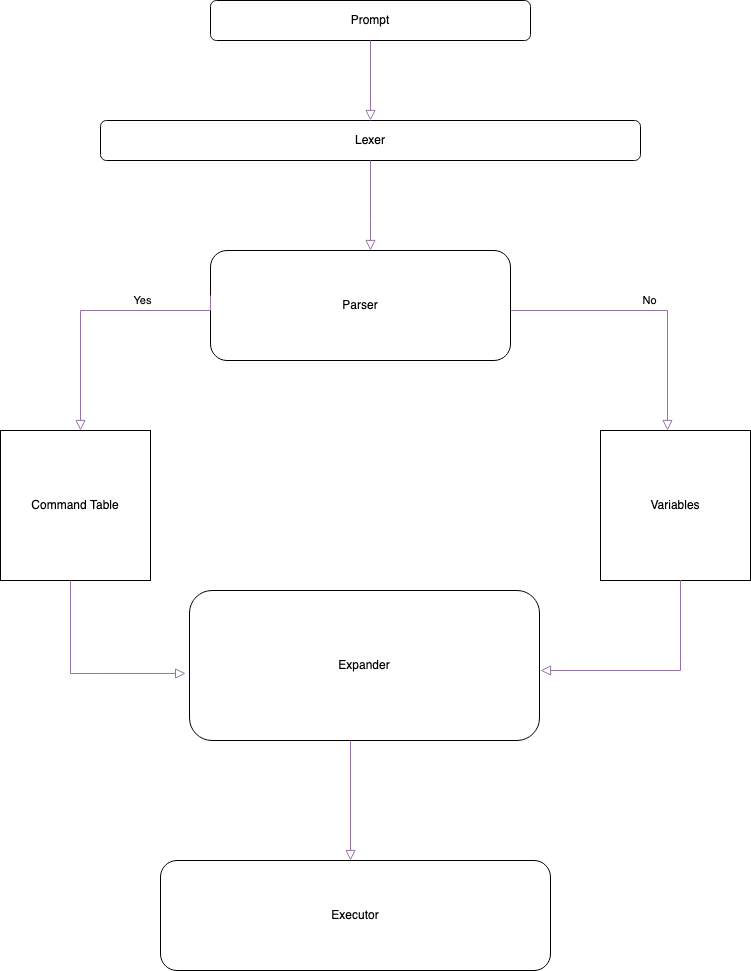
This is Diagramme Minishell.drawio.png from Davokadoh/Minishell, a draw.io export, as it was before one commit. Source tidied: cells renumbered, new cells last; positions are measured from the earlier drawing's top-left corner, leaving out a move shared by most shapes.
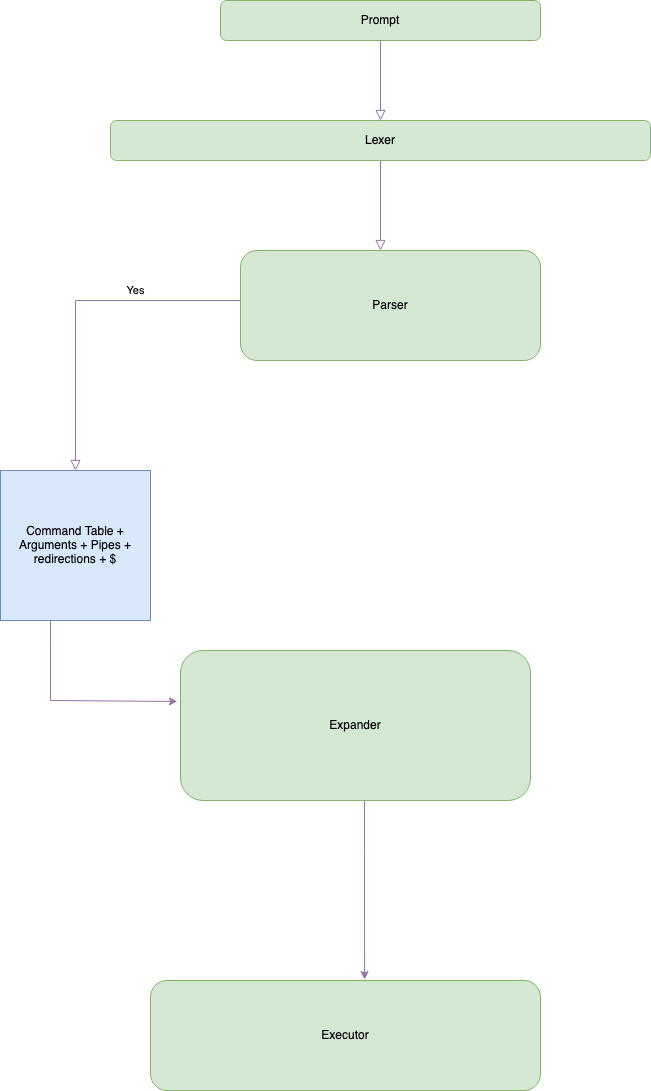
The same diagram one commit later.

Commit message:
Mettre à jour Diagramme Minishell.drawio.png

The edit, as a diff of the source:
```diff
@@ -11,70 +11,51 @@
         </Array>
       </mxGeometry>
     </mxCell>
-    <mxCell id="3" value="Lexer" style="rounded=1;whiteSpace=wrap;html=1;fontSize=12;glass=0;strokeWidth=1;shadow=0;" parent="1" vertex="1">
+    <mxCell id="3" value="Lexer" style="rounded=1;whiteSpace=wrap;html=1;fontSize=12;glass=0;strokeWidth=1;shadow=0;fillColor=#d5e8d4;strokeColor=#82b366;" parent="1" vertex="1">
       <mxGeometry x="100" y="120" width="540" height="40" as="geometry" />
     </mxCell>
-    <mxCell id="4" value="No" style="edgeStyle=orthogonalEdgeStyle;rounded=0;html=1;jettySize=auto;orthogonalLoop=1;fontSize=11;endArrow=block;endFill=0;endSize=8;strokeWidth=1;shadow=0;labelBackgroundColor=none;fillColor=#e1d5e7;strokeColor=#9673a6;" parent="1" edge="1">
-      <mxGeometry y="10" relative="1" as="geometry">
-        <mxPoint x="510" y="310" as="sourcePoint" />
-        <mxPoint x="667" y="430" as="targetPoint" />
-      </mxGeometry>
-    </mxCell>
-    <mxCell id="5" value="Prompt" style="rounded=1;whiteSpace=wrap;html=1;" parent="1" vertex="1">
+    <mxCell id="5" value="Prompt" style="rounded=1;whiteSpace=wrap;html=1;fillColor=#d5e8d4;strokeColor=#82b366;" parent="1" vertex="1">
       <mxGeometry x="210" width="320" height="40" as="geometry" />
     </mxCell>
-    <mxCell id="6" value="Parser" style="rounded=1;whiteSpace=wrap;html=1;" parent="1" vertex="1">
-      <mxGeometry x="210" y="250" width="300" height="110" as="geometry" />
+    <mxCell id="6" value="Parser" style="rounded=1;whiteSpace=wrap;html=1;fillColor=#d5e8d4;strokeColor=#82b366;" parent="1" vertex="1">
+      <mxGeometry x="230" y="250" width="300" height="110" as="geometry" />
     </mxCell>
-    <mxCell id="7" value="Yes" style="edgeStyle=orthogonalEdgeStyle;rounded=0;html=1;jettySize=auto;orthogonalLoop=1;fontSize=11;endArrow=block;endFill=0;endSize=8;strokeWidth=1;shadow=0;labelBackgroundColor=none;fillColor=#e1d5e7;strokeColor=#9673a6;" parent="1" edge="1">
+    <mxCell id="7" value="Yes" style="edgeStyle=orthogonalEdgeStyle;rounded=0;html=1;jettySize=auto;fontSize=11;endArrow=block;endFill=0;endSize=8;strokeWidth=1;shadow=0;labelBackgroundColor=none;fillColor=#e1d5e7;strokeColor=#9673a6;entryX=0.5;entryY=0;entryDx=0;entryDy=0;" parent="1" edge="1" target="9">
       <mxGeometry x="-0.38" y="-10" relative="1" as="geometry">
-        <mxPoint x="210" y="295" as="sourcePoint" />
-        <mxPoint x="80" y="430" as="targetPoint" />
+        <mxPoint x="230" y="300" as="sourcePoint" />
         <Array as="points">
-          <mxPoint x="210" y="295" />
-          <mxPoint x="210" y="310" />
-          <mxPoint x="80" y="310" />
+          <mxPoint x="65" y="300" />
         </Array>
       </mxGeometry>
     </mxCell>
     <mxCell id="8" style="rounded=0;html=1;jettySize=auto;fontSize=11;endArrow=block;endFill=0;endSize=8;strokeWidth=1;shadow=0;labelBackgroundColor=none;edgeStyle=orthogonalEdgeStyle;exitX=0.5;exitY=1;exitDx=0;exitDy=0;entryX=0.5;entryY=0;entryDx=0;entryDy=0;fillColor=#e1d5e7;strokeColor=#9673a6;" parent="1" edge="1" source="5" target="3">
       <mxGeometry relative="1" as="geometry" />
     </mxCell>
-    <mxCell id="9" value="Command Table" style="whiteSpace=wrap;html=1;" parent="1" vertex="1">
-      <mxGeometry y="430" width="150" height="150" as="geometry" />
+    <mxCell id="9" value="Command Table + Arguments + Pipes + redirections + $" style="whiteSpace=wrap;html=1;fillColor=#dae8fc;strokeColor=#6c8ebf;" parent="1" vertex="1">
+      <mxGeometry x="-10" y="470" width="150" height="150" as="geometry" />
     </mxCell>
-    <mxCell id="10" value="Variables" style="whiteSpace=wrap;html=1;" parent="1" vertex="1">
-      <mxGeometry x="600" y="430" width="150" height="150" as="geometry" />
-    </mxCell>
+    <mxCell id="16" style="edgeStyle=orthogonalEdgeStyle;rounded=0;jettySize=auto;html=1;entryX=0.549;entryY=-0.009;entryDx=0;entryDy=0;entryPerimeter=0;fillColor=#e1d5e7;strokeColor=#9673a6;" parent="1" edge="1" source="11" target="15">
+      <mxGeometry relative="1" as="geometry">
+        <Array as="points">
+          <mxPoint x="354" y="850" />
+          <mxPoint x="354" y="850" />
+        </Array>
+      </mxGeometry>
+    </mxCell>
-    <mxCell id="11" value="Expander" style="rounded=1;whiteSpace=wrap;html=1;" parent="1" vertex="1">
-      <mxGeometry x="189" y="590" width="350" height="150" as="geometry" />
+    <mxCell id="11" value="Expander" style="rounded=1;whiteSpace=wrap;html=1;fillColor=#d5e8d4;strokeColor=#82b366;" parent="1" vertex="1">
+      <mxGeometry x="170" y="650" width="350" height="150" as="geometry" />
     </mxCell>
-    <mxCell id="12" style="rounded=0;html=1;jettySize=auto;fontSize=11;endArrow=block;endFill=0;endSize=8;strokeWidth=1;shadow=0;labelBackgroundColor=none;edgeStyle=orthogonalEdgeStyle;entryX=-0.011;entryY=0.553;entryDx=0;entryDy=0;entryPerimeter=0;fillColor=#e1d5e7;strokeColor=#9673a6;" parent="1" edge="1" target="11">
-      <mxGeometry relative="1" as="geometry">
-        <mxPoint x="70" y="580" as="sourcePoint" />
-        <Array as="points">
-          <mxPoint x="70" y="673" />
-        </Array>
-      </mxGeometry>
-    </mxCell>
-    <mxCell id="13" style="rounded=0;html=1;jettySize=auto;orthogonalLoop=1;fontSize=11;endArrow=block;endFill=0;endSize=8;strokeWidth=1;shadow=0;labelBackgroundColor=none;edgeStyle=orthogonalEdgeStyle;fillColor=#e1d5e7;strokeColor=#9673a6;" parent="1" edge="1">
-      <mxGeometry relative="1" as="geometry">
-        <mxPoint x="680" y="590" as="sourcePoint" />
-        <mxPoint x="540" y="670" as="targetPoint" />
-        <Array as="points">
-          <mxPoint x="680" y="580" />
-          <mxPoint x="680" y="580" />
-        </Array>
-      </mxGeometry>
-    </mxCell>
-    <mxCell id="14" style="rounded=0;html=1;jettySize=auto;orthogonalLoop=1;fontSize=11;endArrow=block;endFill=0;endSize=8;strokeWidth=1;shadow=0;labelBackgroundColor=none;edgeStyle=orthogonalEdgeStyle;fillColor=#e1d5e7;strokeColor=#9673a6;" parent="1" edge="1">
-      <mxGeometry relative="1" as="geometry">
-        <mxPoint x="350" y="740" as="sourcePoint" />
-        <mxPoint x="350" y="860" as="targetPoint" />
-      </mxGeometry>
-    </mxCell>
-    <mxCell id="15" value="Executor" style="rounded=1;whiteSpace=wrap;html=1;" parent="1" vertex="1">
-      <mxGeometry x="160" y="860" width="390" height="110" as="geometry" />
+    <mxCell id="15" value="Executor" style="rounded=1;whiteSpace=wrap;html=1;fillColor=#d5e8d4;strokeColor=#82b366;" parent="1" vertex="1">
+      <mxGeometry x="140" y="980" width="390" height="110" as="geometry" />
     </mxCell>
+    <mxCell id="17" style="endArrow=classic;html=1;rounded=0;entryX=-0.009;entryY=0.34;entryDx=0;entryDy=0;entryPerimeter=0;fillColor=#e1d5e7;strokeColor=#9673a6;" parent="1" edge="1" target="11">
+      <mxGeometry relative="1" as="geometry">
+        <mxPoint x="40" y="620" as="sourcePoint" />
+        <Array as="points">
+          <mxPoint x="40" y="640" />
+          <mxPoint x="40" y="700" />
+        </Array>
+      </mxGeometry>
+    </mxCell>
   </root>
 </mxGraphModel>
```
